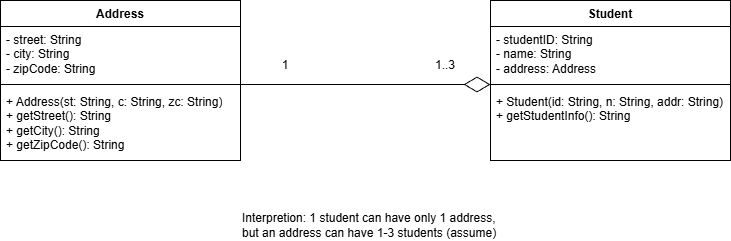
This is src/Lab3/AggregationExample/UMLDiagram.png from CodingWithRand/CAMT-SE, a draw.io export, as it was before one commit. Source tidied: cells renumbered, new cells last; positions are measured from the earlier drawing's top-left corner, leaving out a move shared by most shapes. Source of this version:
```xml
<mxGraphModel>
  <root>
    <mxCell id="0" />
    <mxCell id="1" parent="0" />
    <mxCell id="2" value="Address" style="swimlane;fontStyle=1;align=center;verticalAlign=top;horizontal=1;startSize=26;whiteSpace=wrap;html=1;" parent="1" vertex="1">
      <mxGeometry width="240" height="160" as="geometry" />
    </mxCell>
    <mxCell id="3" value="- street: String&lt;div&gt;- city: String&lt;/div&gt;&lt;div&gt;- zipCode: String&lt;/div&gt;" style="text;strokeColor=none;fillColor=none;align=left;verticalAlign=top;spacingLeft=4;spacingRight=4;overflow=hidden;whiteSpace=wrap;html=1;" parent="2" vertex="1">
      <mxGeometry y="26" width="240" height="54" as="geometry" />
    </mxCell>
    <mxCell id="4" style="line;strokeWidth=1;fillColor=none;align=left;verticalAlign=middle;spacingTop=-1;spacingLeft=3;spacingRight=3;labelPosition=right;strokeColor=inherit;" parent="2" vertex="1">
      <mxGeometry y="80" width="240" height="8" as="geometry" />
    </mxCell>
    <mxCell id="5" value="+ Address(st: String, c: String, zc: String)&lt;div&gt;+ getStreet(): String&lt;/div&gt;&lt;div&gt;+&amp;nbsp;&lt;span style=&quot;background-color: transparent; color: light-dark(rgb(0, 0, 0), rgb(255, 255, 255));&quot;&gt;getCity(): String&lt;/span&gt;&lt;/div&gt;&lt;div&gt;+&amp;nbsp;&lt;span style=&quot;color: light-dark(rgb(0, 0, 0), rgb(255, 255, 255)); background-color: transparent;&quot;&gt;getZipCode(): String&lt;/span&gt;&lt;span style=&quot;background-color: transparent; color: light-dark(rgb(0, 0, 0), rgb(255, 255, 255));&quot;&gt;&lt;/span&gt;&lt;/div&gt;" style="text;strokeColor=none;fillColor=none;align=left;verticalAlign=top;spacingLeft=4;spacingRight=4;overflow=hidden;whiteSpace=wrap;html=1;" parent="2" vertex="1">
      <mxGeometry y="88" width="240" height="72" as="geometry" />
    </mxCell>
    <mxCell id="6" value="Student" style="swimlane;fontStyle=1;align=center;verticalAlign=top;horizontal=1;startSize=26;whiteSpace=wrap;html=1;" parent="1" vertex="1">
      <mxGeometry x="490" width="240" height="160" as="geometry" />
    </mxCell>
    <mxCell id="7" value="- studentID: String&lt;div&gt;- name: String&lt;/div&gt;&lt;div&gt;- address: Address&lt;/div&gt;" style="text;strokeColor=none;fillColor=none;align=left;verticalAlign=top;spacingLeft=4;spacingRight=4;overflow=hidden;whiteSpace=wrap;html=1;" parent="6" vertex="1">
      <mxGeometry y="26" width="240" height="54" as="geometry" />
    </mxCell>
    <mxCell id="8" style="line;strokeWidth=1;fillColor=none;align=left;verticalAlign=middle;spacingTop=-1;spacingLeft=3;spacingRight=3;labelPosition=right;points=[];portConstraint=eastwest;strokeColor=inherit;" parent="6" vertex="1">
      <mxGeometry y="80" width="240" height="8" as="geometry" />
    </mxCell>
    <mxCell id="9" value="+ Student(id: String, n: String, addr: String)&lt;div&gt;+ getStudentInfo(): String&lt;br&gt;&lt;/div&gt;" style="text;strokeColor=none;fillColor=none;align=left;verticalAlign=top;spacingLeft=4;spacingRight=4;overflow=hidden;whiteSpace=wrap;html=1;" parent="6" vertex="1">
      <mxGeometry y="88" width="240" height="72" as="geometry" />
    </mxCell>
    <mxCell id="10" style="endArrow=diamondThin;endFill=0;endSize=24;html=1;rounded=0;" parent="1" edge="1" target="8">
      <mxGeometry relative="1" as="geometry">
        <mxPoint x="240" y="84" as="sourcePoint" />
      </mxGeometry>
    </mxCell>
    <mxCell id="11" value="1" style="text;html=1;whiteSpace=wrap;strokeColor=none;fillColor=none;align=center;verticalAlign=middle;rounded=0;" parent="1" vertex="1">
      <mxGeometry x="270" y="50" width="30" height="30" as="geometry" />
    </mxCell>
    <mxCell id="12" value="1..3" style="text;html=1;whiteSpace=wrap;strokeColor=none;fillColor=none;align=center;verticalAlign=middle;rounded=0;" parent="1" vertex="1">
      <mxGeometry x="430" y="50" width="30" height="30" as="geometry" />
    </mxCell>
    <mxCell id="13" value="Interpretion: 1 student can have only 1 address, but an address can have 1-3 students (assume)" style="text;html=1;whiteSpace=wrap;strokeColor=none;fillColor=none;align=left;verticalAlign=middle;rounded=0;" parent="1" vertex="1">
      <mxGeometry x="240" y="210" width="260" height="30" as="geometry" />
    </mxCell>
  </root>
</mxGraphModel>
```
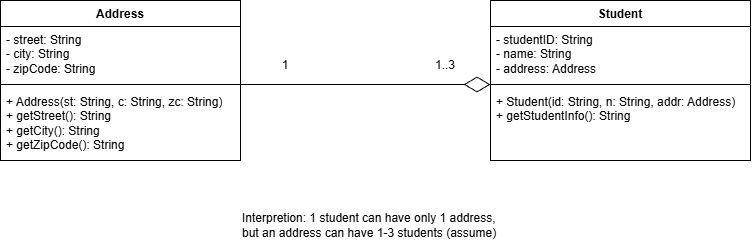
After the commit.

Commit message:
uml diagram change made

The edit, as a diff of the source:
```diff
@@ -15,16 +15,16 @@
       <mxGeometry y="88" width="240" height="72" as="geometry" />
     </mxCell>
     <mxCell id="6" value="Student" style="swimlane;fontStyle=1;align=center;verticalAlign=top;horizontal=1;startSize=26;whiteSpace=wrap;html=1;" parent="1" vertex="1">
-      <mxGeometry x="490" width="240" height="160" as="geometry" />
+      <mxGeometry x="490" width="260" height="160" as="geometry" />
     </mxCell>
     <mxCell id="7" value="- studentID: String&lt;div&gt;- name: String&lt;/div&gt;&lt;div&gt;- address: Address&lt;/div&gt;" style="text;strokeColor=none;fillColor=none;align=left;verticalAlign=top;spacingLeft=4;spacingRight=4;overflow=hidden;whiteSpace=wrap;html=1;" parent="6" vertex="1">
-      <mxGeometry y="26" width="240" height="54" as="geometry" />
+      <mxGeometry y="26" width="260" height="54" as="geometry" />
     </mxCell>
     <mxCell id="8" style="line;strokeWidth=1;fillColor=none;align=left;verticalAlign=middle;spacingTop=-1;spacingLeft=3;spacingRight=3;labelPosition=right;points=[];portConstraint=eastwest;strokeColor=inherit;" parent="6" vertex="1">
-      <mxGeometry y="80" width="240" height="8" as="geometry" />
+      <mxGeometry y="80" width="260" height="8" as="geometry" />
     </mxCell>
-    <mxCell id="9" value="+ Student(id: String, n: String, addr: String)&lt;div&gt;+ getStudentInfo(): String&lt;br&gt;&lt;/div&gt;" style="text;strokeColor=none;fillColor=none;align=left;verticalAlign=top;spacingLeft=4;spacingRight=4;overflow=hidden;whiteSpace=wrap;html=1;" parent="6" vertex="1">
-      <mxGeometry y="88" width="240" height="72" as="geometry" />
+    <mxCell id="9" value="+ Student(id: String, n: String, addr: Address)&lt;div&gt;+ getStudentInfo(): String&lt;br&gt;&lt;/div&gt;" style="text;strokeColor=none;fillColor=none;align=left;verticalAlign=top;spacingLeft=4;spacingRight=4;overflow=hidden;whiteSpace=wrap;html=1;" parent="6" vertex="1">
+      <mxGeometry y="88" width="260" height="72" as="geometry" />
     </mxCell>
     <mxCell id="10" style="endArrow=diamondThin;endFill=0;endSize=24;html=1;rounded=0;" parent="1" edge="1" target="8">
       <mxGeometry relative="1" as="geometry">
```
